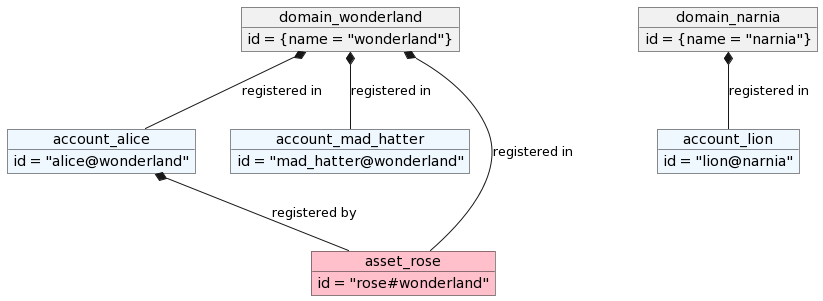
Before: src/img/domains-example.png, a diagram exported from PlantUML (hyperledger/iroha-2-docs).
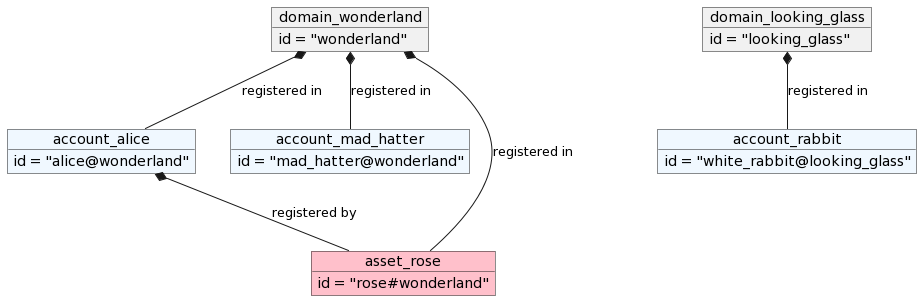
The same diagram one commit later.

Diff of the diagram source:
```diff
@@ -1,6 +1,6 @@
 @startuml
 object domain_wonderland {
-  id = {name = "wonderland"}
+  id = "wonderland"
 }
 object account_alice #aliceblue {
   id = "alice@wonderland"
@@ -18,13 +18,13 @@
 account_alice *-- asset_rose : registered by
 domain_wonderland *-- account_mad_hatter : registered in
 
-object domain_narnia {
-  id = {name = "narnia"}
+object domain_looking_glass {
+  id = "looking_glass"
 }
 
-object account_lion #aliceblue {
-  id = "lion@narnia"
+object account_rabbit #aliceblue {
+  id = "white_rabbit@looking_glass"
 }
 
-domain_narnia *-- account_lion : registered in
+domain_looking_glass *-- account_rabbit : registered in
 @enduml
```
